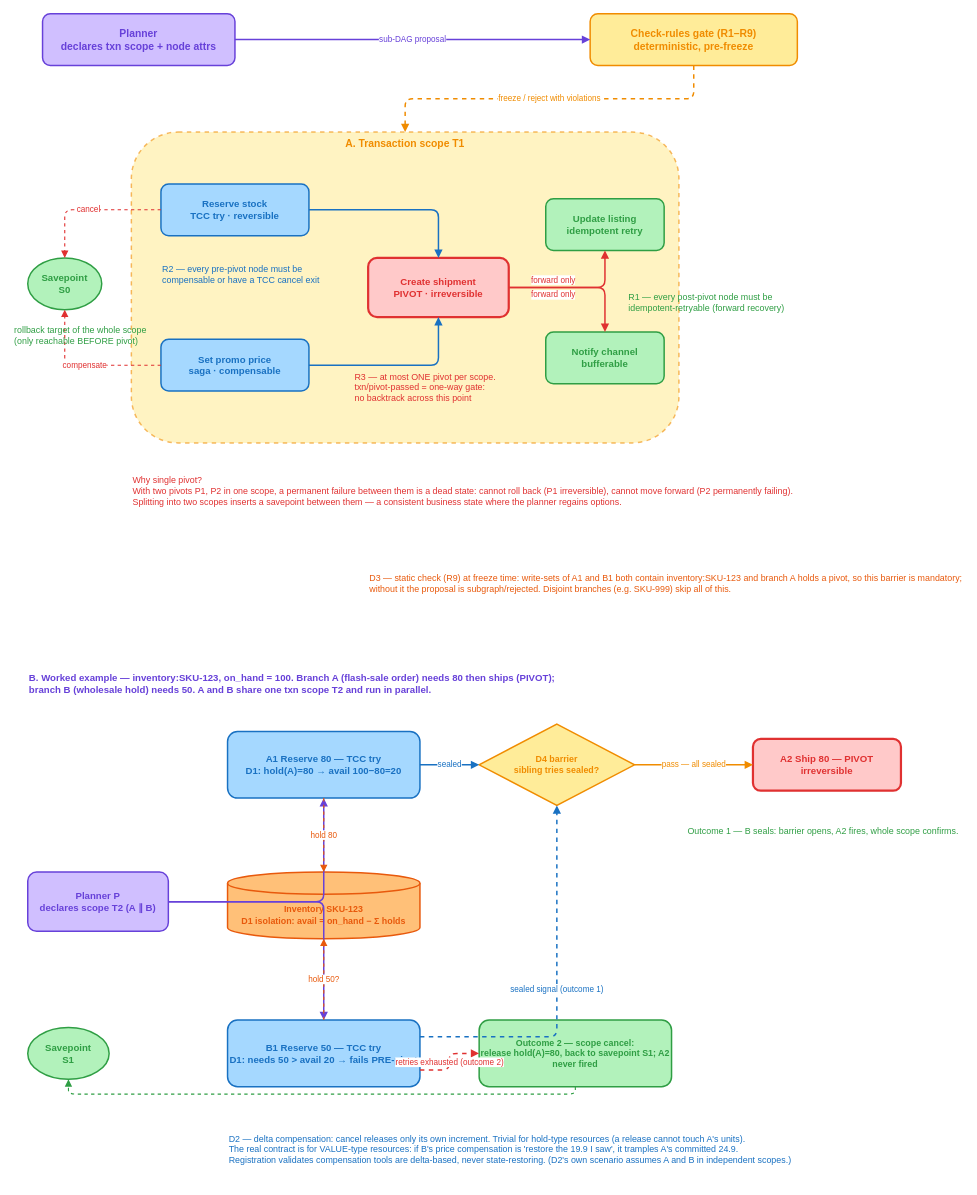
The draw.io diagram doc/design/diagrams/txn-boundary.drawio in linuxb/flory-ai, before the edit. Source tidied: cells renumbered, new cells numbered last; positions are measured from the earlier drawing's top-left corner, leaving out a move shared by most shapes. Both pictures are drawn from the tidied source at 74%, with x=0, y=0 at pixel (13, 13).
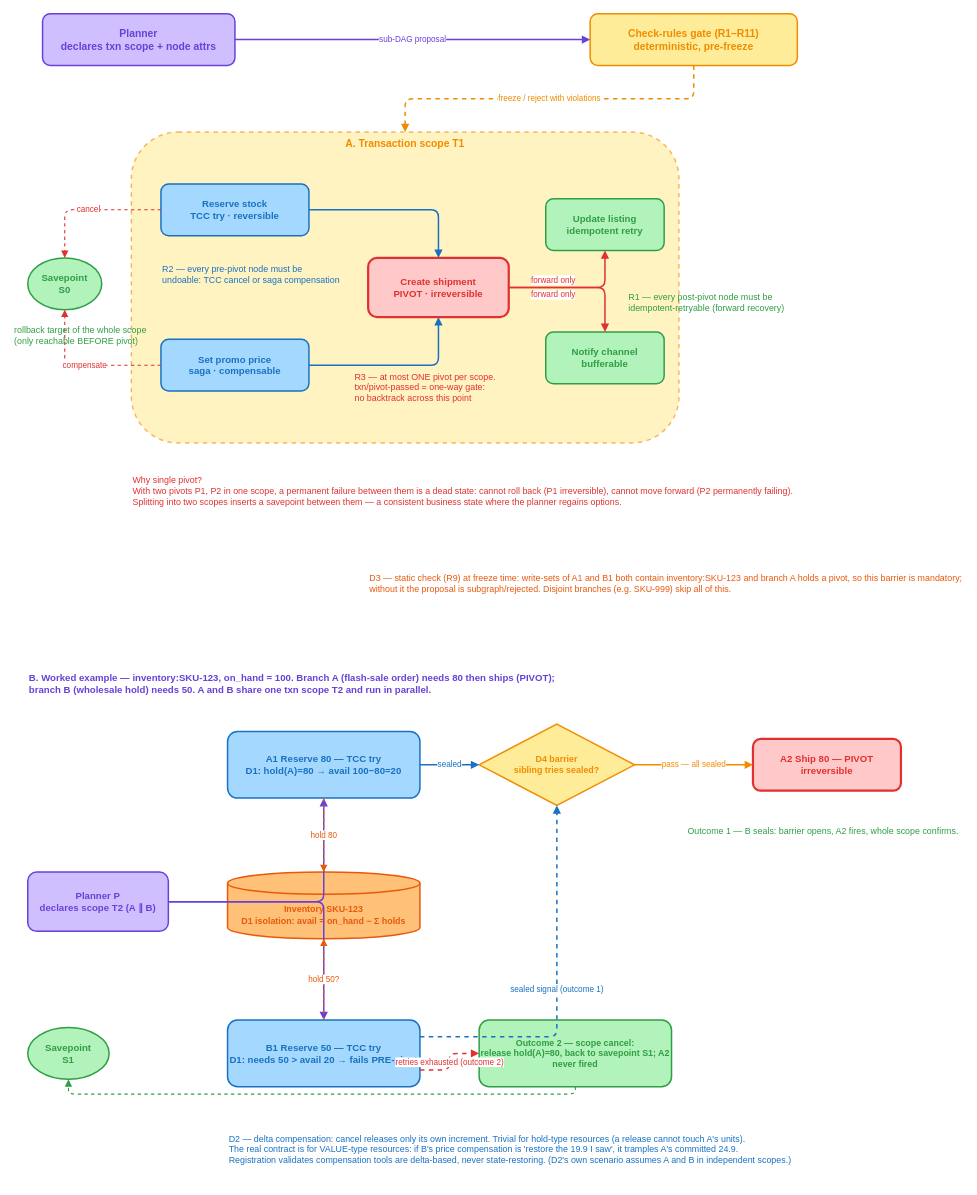
Above is the later version.

The edit, as a diff of the source:
```diff
@@
-    <mxCell id="3" value="Check-rules gate (R1–R9)&lt;br&gt;deterministic, pre-freeze" style="rounded=1;whiteSpace=wrap;html=1;fillColor=#FFEC99;fontSize=14;fontStyle=1;strokeWidth=2;fontFamily=LXGW WenKai TC;strokeColor=#F08C00;fontColor=#F08C00;" parent="1" vertex="1">
+    <mxCell id="3" value="Check-rules gate (R1–R11)&lt;br&gt;deterministic, pre-freeze" style="rounded=1;whiteSpace=wrap;html=1;fillColor=#FFEC99;fontSize=14;fontStyle=1;strokeWidth=2;fontFamily=LXGW WenKai TC;strokeColor=#F08C00;fontColor=#F08C00;" parent="1" vertex="1">
       <mxGeometry x="780" width="280" height="70" as="geometry" />
     </mxCell>
@@
-    <mxCell id="19" value="R2 — every pre-pivot node must be&lt;br&gt;compensable or have a TCC cancel exit" style="text;html=1;align=left;verticalAlign=middle;fontSize=12;fontFamily=LXGW WenKai TC;fontColor=#1971C2;" parent="1" vertex="1">
+    <mxCell id="19" value="R2 — every pre-pivot node must be&lt;br&gt;undoable: TCC cancel or saga compensation" style="text;html=1;align=left;verticalAlign=middle;fontSize=12;fontFamily=LXGW WenKai TC;fontColor=#1971C2;" parent="1" vertex="1">
       <mxGeometry x="200" y="328" width="240" height="50" as="geometry" />
     </mxCell>
```
